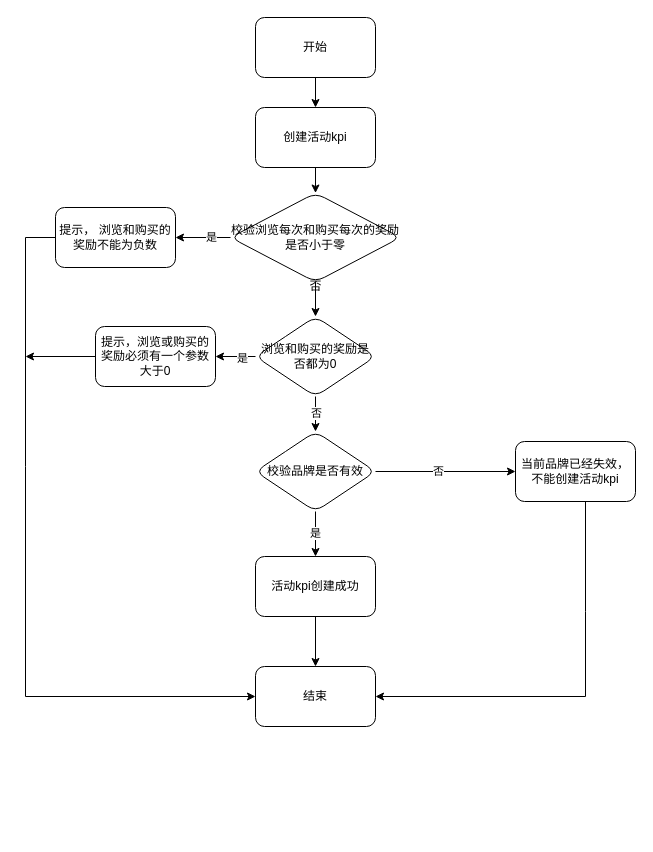
The draw.io diagram page "Page-4" (4 of 4) of src/Untitled Diagram.drawio in sshzhang/huaweiCode2019, before the edit. Source tidied: cells renumbered, new cells numbered last; positions are measured from the earlier drawing's top-left corner, leaving out a move shared by most shapes. Both pictures are drawn from the tidied source at 100%, with x=0, y=0 at pixel (25, 17).
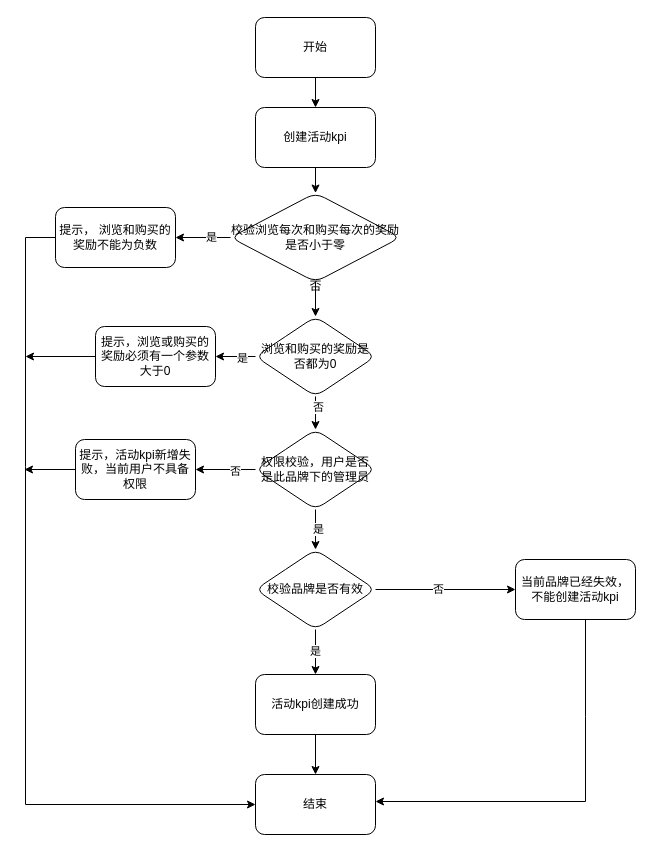
Above is the later version.

Commit message:
活动kpi流程图plus

The change refers to these unchanged cells:
```xml
<mxCell id="10" value="浏览和购买的奖励是否都为0" style="rhombus;whiteSpace=wrap;html=1;rounded=1;" parent="1" vertex="1">
  <mxGeometry x="230" y="299" width="120" height="80" as="geometry" />
</mxCell>
<mxCell id="18" value="提示， 浏览和购买的奖励不能为负数" style="whiteSpace=wrap;html=1;rounded=1;" parent="1" vertex="1">
  <mxGeometry x="30" y="190" width="120" height="60" as="geometry" />
</mxCell>
```

What changed in the source:
```diff
@@
-    <mxCell id="8" style="edgeStyle=orthogonalEdgeStyle;rounded=0;jettySize=auto;html=1;" parent="1" edge="1" source="10" target="24">
-      <mxGeometry relative="1" as="geometry" />
-    </mxCell>
-    <mxCell id="9" value="否" style="edgeLabel;html=1;align=center;verticalAlign=middle;" parent="8" vertex="1">
-      <mxGeometry x="0.08" relative="1" as="geometry" />
-    </mxCell>
+    <mxCell id="30" style="edgeStyle=orthogonalEdgeStyle;rounded=0;jettySize=auto;html=1;" parent="1" edge="1" source="10" target="36">
+      <mxGeometry relative="1" as="geometry" />
+    </mxCell>
+    <mxCell id="31" value="否" style="edgeLabel;html=1;align=center;verticalAlign=middle;" parent="30" vertex="1">
+      <mxGeometry x="-0.56" y="2" relative="1" as="geometry" />
+    </mxCell>
@@
     <mxCell id="13" value="活动kpi创建成功" style="whiteSpace=wrap;html=1;rounded=1;" parent="1" vertex="1">
-      <mxGeometry x="230" y="539" width="120" height="60" as="geometry" />
+      <mxGeometry x="230" y="657" width="120" height="60" as="geometry" />
     </mxCell>
@@
     <mxCell id="22" style="edgeStyle=orthogonalEdgeStyle;rounded=0;jettySize=auto;html=1;" parent="1" edge="1" source="24">
       <mxGeometry relative="1" as="geometry">
-        <mxPoint x="290" y="539" as="targetPoint" />
+        <mxPoint x="290" y="657" as="targetPoint" />
       </mxGeometry>
     </mxCell>
@@
     <mxCell id="24" value="校验品牌是否有效" style="rhombus;whiteSpace=wrap;html=1;rounded=1;" parent="1" vertex="1">
-      <mxGeometry x="230" y="414" width="120" height="80" as="geometry" />
+      <mxGeometry x="230" y="532" width="120" height="80" as="geometry" />
     </mxCell>
     <mxCell id="25" value="当前品牌已经失效，不能创建活动kpi" style="whiteSpace=wrap;html=1;rounded=1;" parent="1" vertex="1">
-      <mxGeometry x="490" y="424" width="120" height="60" as="geometry" />
+      <mxGeometry x="490" y="542" width="120" height="60" as="geometry" />
     </mxCell>
     <mxCell id="26" value="结束" style="whiteSpace=wrap;html=1;rounded=1;" parent="1" vertex="1">
-      <mxGeometry x="230" y="649" width="120" height="60" as="geometry" />
+      <mxGeometry x="230" y="757" width="120" height="60" as="geometry" />
     </mxCell>
     <mxCell id="27" style="endArrow=classic;html=1;rounded=0;exitX=0;exitY=0.5;exitDx=0;exitDy=0;entryX=0;entryY=0.5;entryDx=0;entryDy=0;" parent="1" edge="1" source="18" target="26">
       <mxGeometry relative="1" as="geometry">
         <Array as="points">
           <mxPoint y="220" />
           <mxPoint y="449" />
-          <mxPoint y="679" />
+          <mxPoint y="787" />
         </Array>
       </mxGeometry>
     </mxCell>
@@
-    <mxCell id="29" style="endArrow=classic;html=1;rounded=0;entryX=1;entryY=0.5;entryDx=0;entryDy=0;" parent="1" edge="1" target="26">
+    <mxCell id="29" style="endArrow=classic;html=1;rounded=0;entryX=1;entryY=0.5;entryDx=0;entryDy=0;" parent="1" edge="1">
       <mxGeometry relative="1" as="geometry">
-        <mxPoint x="560" y="484" as="sourcePoint" />
+        <mxPoint x="560" y="602" as="sourcePoint" />
+        <mxPoint x="350" y="784" as="targetPoint" />
         <Array as="points">
-          <mxPoint x="560" y="484" />
-          <mxPoint x="560" y="594" />
-          <mxPoint x="560" y="679" />
+          <mxPoint x="560" y="612" />
+          <mxPoint x="560" y="602" />
+          <mxPoint x="560" y="699" />
+          <mxPoint x="560" y="784" />
         </Array>
       </mxGeometry>
     </mxCell>
+    <mxCell id="32" style="edgeStyle=orthogonalEdgeStyle;rounded=0;jettySize=auto;html=1;" parent="1" edge="1" source="36" target="37">
+      <mxGeometry relative="1" as="geometry" />
+    </mxCell>
+    <mxCell id="33" value="否" style="edgeLabel;html=1;align=center;verticalAlign=middle;" parent="32" vertex="1">
+      <mxGeometry x="-0.3" y="1" relative="1" as="geometry" />
+    </mxCell>
+    <mxCell id="34" style="edgeStyle=orthogonalEdgeStyle;rounded=0;jettySize=auto;html=1;" parent="1" edge="1" source="36" target="24">
+      <mxGeometry relative="1" as="geometry" />
+    </mxCell>
+    <mxCell id="35" value="是" style="edgeLabel;html=1;align=center;verticalAlign=middle;" parent="34" vertex="1">
+      <mxGeometry x="-0.03" y="2" relative="1" as="geometry" />
+    </mxCell>
+    <mxCell id="36" value="权限校验，用户是否是此品牌下的管理员" style="rhombus;whiteSpace=wrap;html=1;rounded=1;" parent="1" vertex="1">
+      <mxGeometry x="230" y="412" width="120" height="80" as="geometry" />
+    </mxCell>
+    <mxCell id="37" value="提示，活动kpi新增失败，当前用户不具备权限" style="whiteSpace=wrap;html=1;rounded=1;" parent="1" vertex="1">
+      <mxGeometry x="50" y="422" width="120" height="60" as="geometry" />
+    </mxCell>
+    <mxCell id="38" style="endArrow=classic;html=1;rounded=0;" parent="1" edge="1">
+      <mxGeometry relative="1" as="geometry">
+        <mxPoint x="50" y="452" as="sourcePoint" />
+        <mxPoint x="-1" y="452" as="targetPoint" />
+      </mxGeometry>
+    </mxCell>
```
